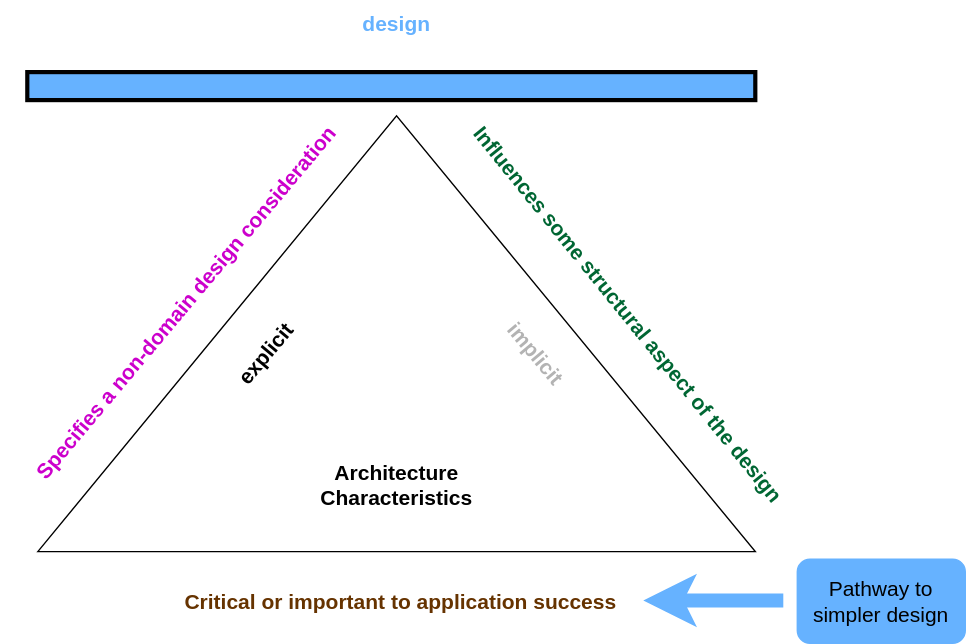
This is doc/architecture/architecture-triangle.svg from TomSpencerLondon/software-architecture-by-example, a draw.io export, as it was before one commit. Source tidied: cells renumbered, new cells last; positions are measured from the earlier drawing's top-left corner, leaving out a move shared by most shapes.
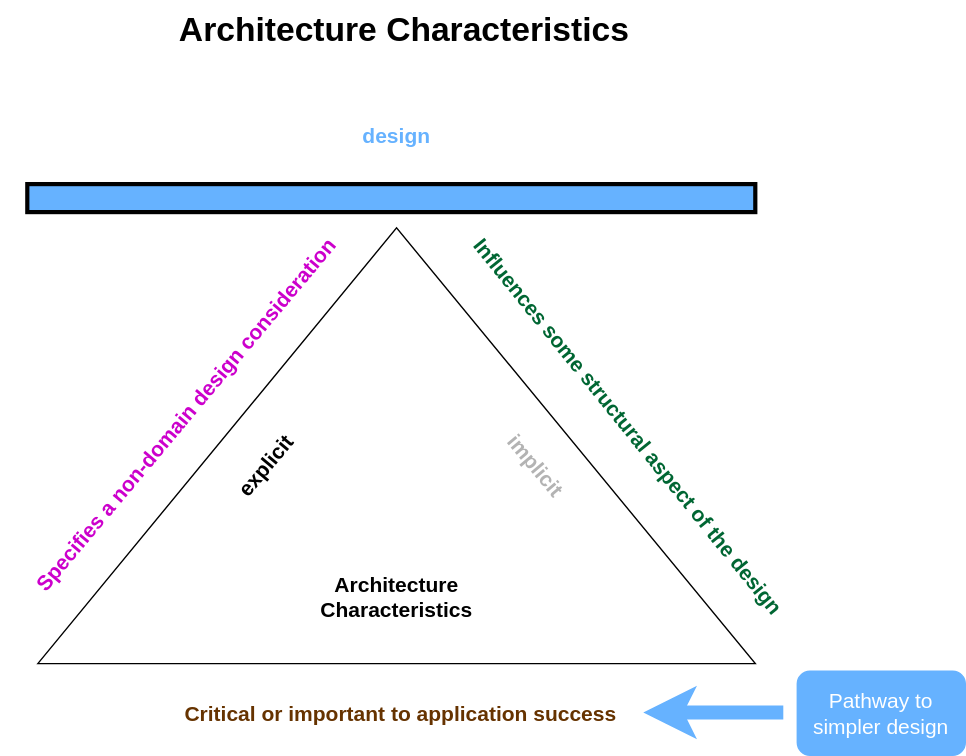
Later version of the same file.

Commit message:
Add component diagram

The edit, as a diff of the source:
```diff
@@ -23,7 +23,7 @@
     <mxCell id="8" value="&lt;b style=&quot;&quot;&gt;&lt;font color=&quot;#b3b3b3&quot;&gt;implicit&lt;/font&gt;&lt;/b&gt;" style="text;html=1;strokeColor=none;fillColor=none;align=center;verticalAlign=middle;whiteSpace=wrap;rounded=0;fontSize=15;fontColor=#663300;rotation=50;" parent="1" vertex="1">
       <mxGeometry x="399" y="254.8" width="60" height="30" as="geometry" />
     </mxCell>
-    <mxCell id="9" value="Pathway to simpler design" style="rounded=1;whiteSpace=wrap;html=1;fontSize=15;fillColor=#66B2FF;strokeColor=#66B2FF;" parent="1" vertex="1">
+    <mxCell id="9" value="&lt;font color=&quot;#ffffff&quot;&gt;Pathway to simpler design&lt;/font&gt;" style="rounded=1;whiteSpace=wrap;html=1;fontSize=15;fillColor=#66B2FF;strokeColor=#66B2FF;" parent="1" vertex="1">
       <mxGeometry x="615" y="416.9" width="120" height="60" as="geometry" />
     </mxCell>
     <mxCell id="10" style="endArrow=classic;html=1;rounded=0;fontSize=15;fontColor=#FFFFFF;strokeColor=#66B2FF;strokeWidth=10;" parent="1" edge="1">
@@ -41,5 +41,8 @@
     <mxCell id="13" value="&lt;b&gt;design&lt;/b&gt;" style="text;html=1;strokeColor=none;fillColor=none;align=center;verticalAlign=middle;whiteSpace=wrap;rounded=0;strokeWidth=3;fontSize=15;fontColor=#66B2FF;" parent="1" vertex="1">
       <mxGeometry x="298.8" y="19" width="60" height="30" as="geometry" />
     </mxCell>
+    <mxCell id="14" value="&lt;font color=&quot;#000000&quot;&gt;Architecture Characteristics&lt;/font&gt;" style="text;strokeColor=none;fillColor=none;html=1;fontSize=24;fontStyle=1;verticalAlign=middle;align=center;strokeWidth=3;fontColor=#66B2FF;" parent="1" vertex="1">
+      <mxGeometry x="284" y="-61" width="100" height="40" as="geometry" />
+    </mxCell>
   </root>
 </mxGraphModel>
```
